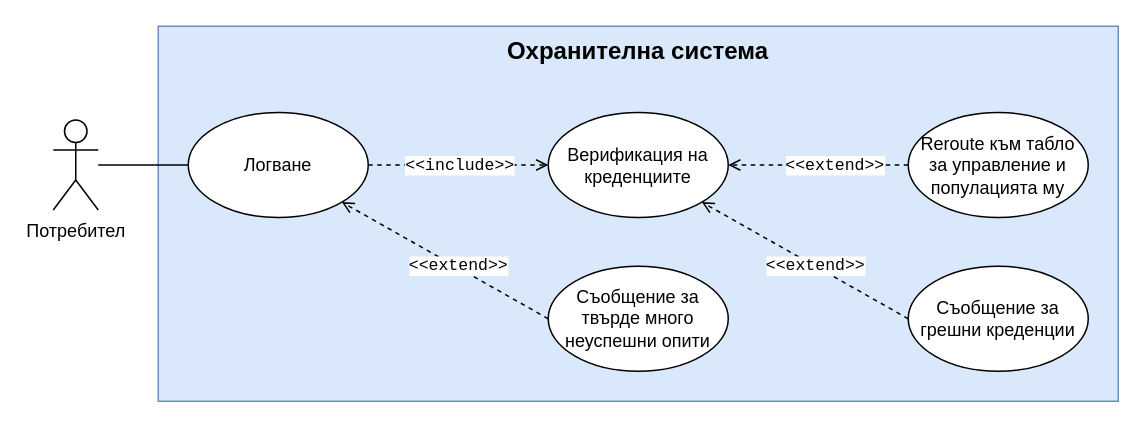
This is 1usecase.drawio from IsmailSalehCode/UML-course-work, a draw.io file, before an edit. Source tidied: cells renumbered, new cells numbered last; positions are measured from the earlier drawing's top-left corner, leaving out a move shared by most shapes. Both pictures are drawn from the tidied source at 150%, with x=0, y=0 at pixel (52, 26).
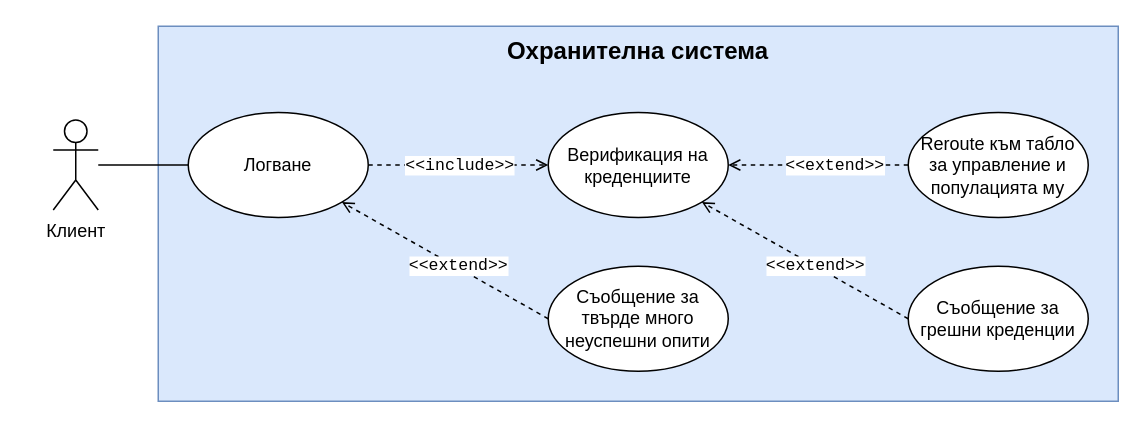
The same diagram, later.

Diff of the diagram source:
```diff
@@
-    <mxCell id="4" value="Потребител" style="shape=umlActor;verticalLabelPosition=bottom;verticalAlign=top;html=1;outlineConnect=0;" parent="1" vertex="1">
+    <mxCell id="4" value="Клиент" style="shape=umlActor;verticalLabelPosition=bottom;verticalAlign=top;html=1;outlineConnect=0;" parent="1" vertex="1">
       <mxGeometry y="62.5" width="30" height="60" as="geometry" />
     </mxCell>
```
